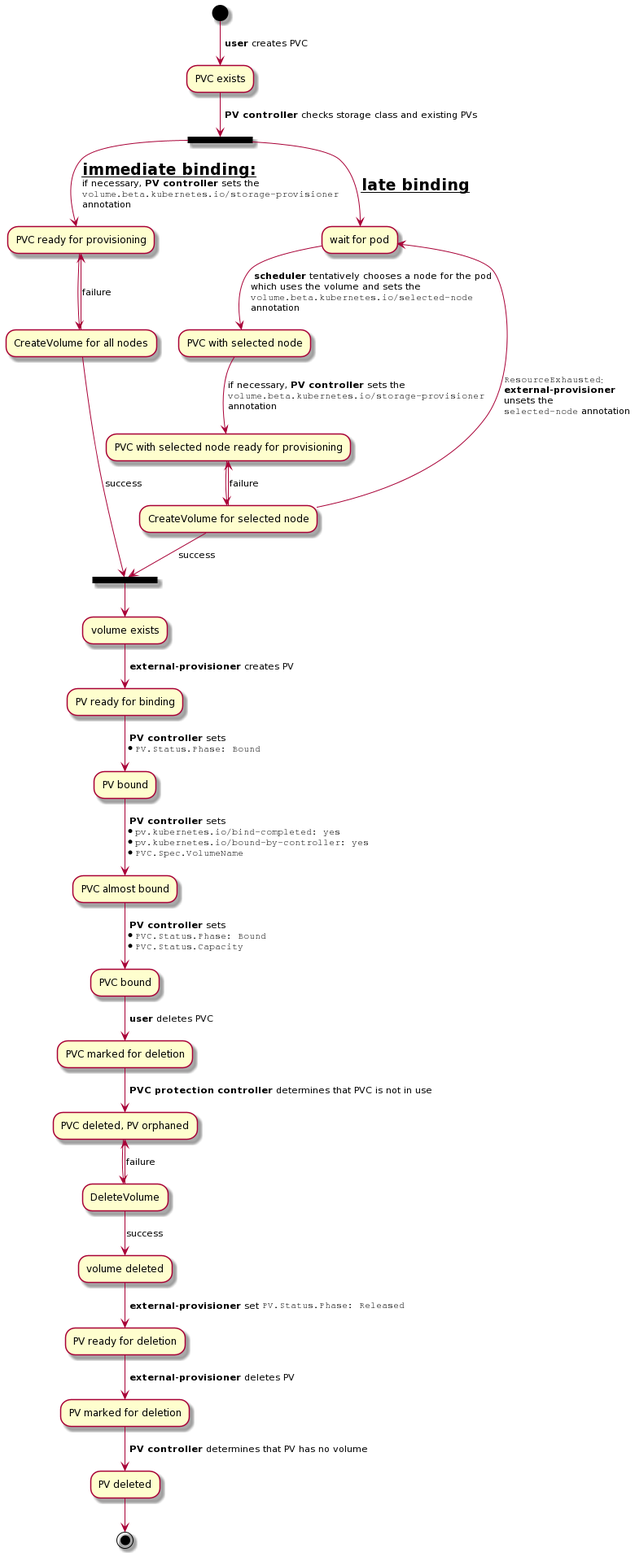
This is doc/provisioning.png from kubernetes-csi/external-provisioner, a PlantUML export, as it was before one commit. Source of this version:
```plantuml
@startuml
(*) -->[ **user** creates PVC ] "PVC exists"
-->[ **PV controller** checks storage class and existing PVs ] ==B1==

==B1== -->[= __immediate binding:__\lif necessary, **PV controller** sets the\l""volume.beta.kubernetes.io/storage-provisioner""\lannotation] "PVC ready for provisioning" as PVC_READY_IMMEDIATE
  -->"CreateVolume for all nodes" as CREATE_VOLUME_ALL
  -->[failure] "PVC_READY_IMMEDIATE"
  CREATE_VOLUME_ALL -->[success] ==B2==

==B1== -->[= __late binding__] "wait for pod" as POD
  -->[ **scheduler** tentatively chooses a node for the pod\lwhich uses the volume and sets the\l""volume.beta.kubernetes.io/selected-node""\lannotation ] "PVC with selected node" as PVC_SELECTED
  -->[if necessary, **PV controller** sets the\l""volume.beta.kubernetes.io/storage-provisioner""\lannotation ] "PVC with selected node ready for provisioning" as PVC_SELECTED_READY
  --> "CreateVolume for selected node" as CREATE_VOLUME_SELECTED
  -->[""ResourceExhausted"":\l**external-provisioner**\lunsets the\l""selected-node"" annotation] "POD"
  CREATE_VOLUME_SELECTED -->[failure] "PVC_SELECTED_READY"
  CREATE_VOLUME_SELECTED -->[success] ==B2==

==B2== --> "volume exists" as VOLUME_EXISTS
-->[ **external-provisioner** creates PV ] "PV ready for binding"
-->[ **PV controller** sets\l* ""PV.Status.Phase: Bound"" ] "PV bound"
-->[ **PV controller** sets\l* ""pv.kubernetes.io/bind-completed: yes""\l* ""pv.kubernetes.io/bound-by-controller: yes""\l* ""PVC.Spec.VolumeName""] "PVC almost bound"
-->[ **PV controller** sets\l* ""PVC.Status.Phase: Bound""\l* ""PVC.Status.Capacity"" ] "PVC bound"
-->[ **user** deletes PVC ] "PVC marked for deletion"
-->[ **PVC protection controller** determines that PVC is not in use ] "PVC deleted, PV orphaned" as VOLUME_READY_FOR_DELETION
--> "DeleteVolume"
DeleteVolume -->[failure] VOLUME_READY_FOR_DELETION
DeleteVolume -->[success] "volume deleted"
-->[ **external-provisioner** set ""PV.Status.Phase: Released"" ] "PV ready for deletion" as PV_READY_FOR_DELETION
-->[ **external-provisioner** deletes PV ] "PV marked for deletion"
-->[ **PV controller** determines that PV has no volume ] "PV deleted"
--> (*)
@enduml
```
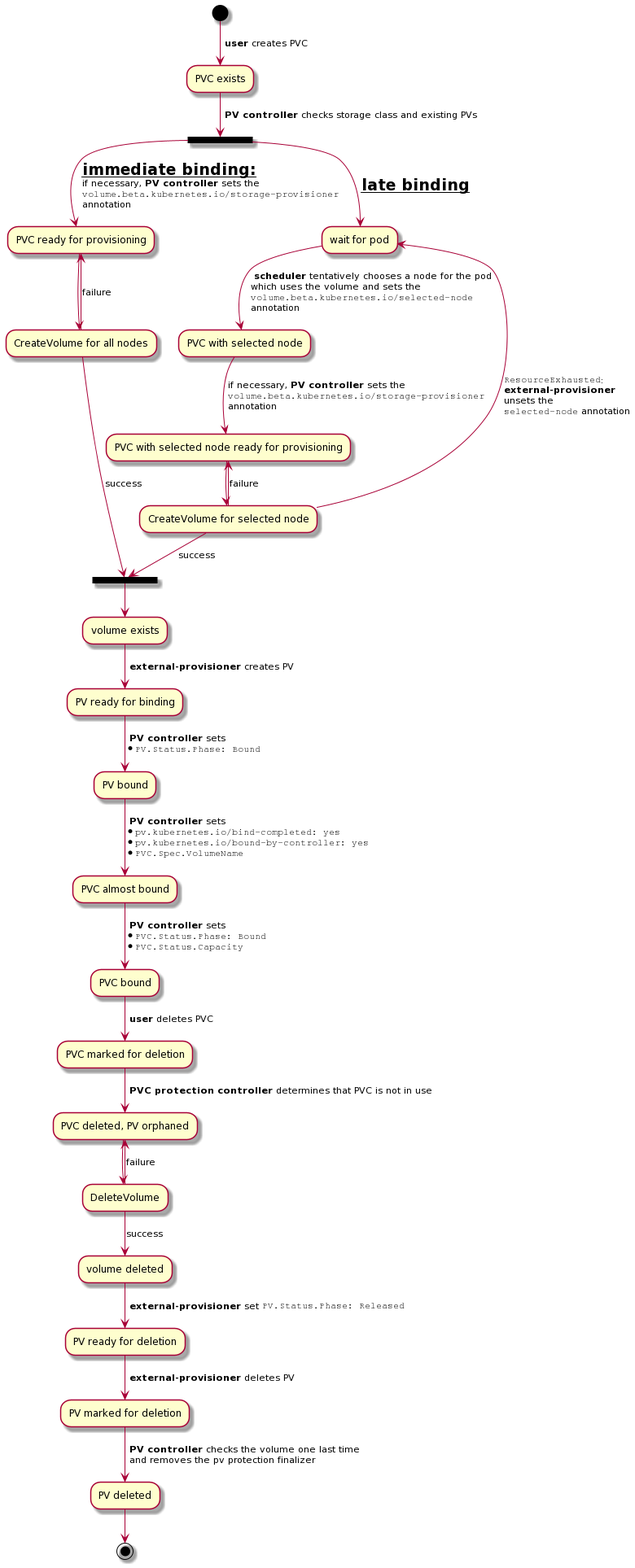
The same file after the commit.

Commit message:
flow diagram: reworded last step

It is not entirely clear why the PV controller keeps the finalizer set
until after the PV is
deleted (https://github.com/kubernetes-csi/external-provisioner/pull/532#issuecomment-745517557).

Instead of saying "determines that PV has no volume" it's better to
keep this a bit more open-ended.

Change to the diagram source:
```diff
@@ -27,6 +27,6 @@
 DeleteVolume -->[success] "volume deleted"
 -->[ **external-provisioner** set ""PV.Status.Phase: Released"" ] "PV ready for deletion" as PV_READY_FOR_DELETION
 -->[ **external-provisioner** deletes PV ] "PV marked for deletion"
--->[ **PV controller** determines that PV has no volume ] "PV deleted"
+-->[ **PV controller** checks the volume one last time\l and removes the pv protection finalizer ] "PV deleted"
 --> (*)
 @enduml
```
